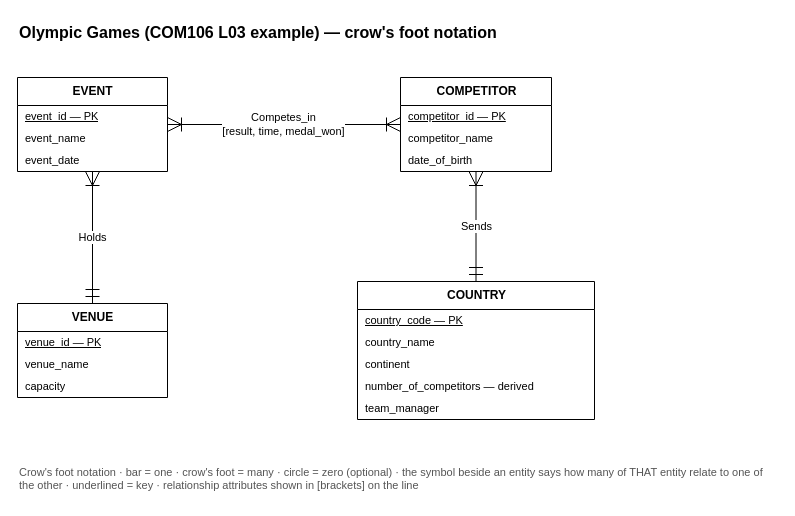
The draw.io diagram skills/drawio-skill/examples/erd-chen/olympics-crowsfoot.drawio in pearsekeenan23/drawio-skill, before the edit. Source tidied: cells renumbered, new cells numbered last; positions are measured from the earlier drawing's top-left corner, leaving out a move shared by most shapes. Both pictures are drawn from the tidied source at 100%, with x=0, y=0 at pixel (17, 17).
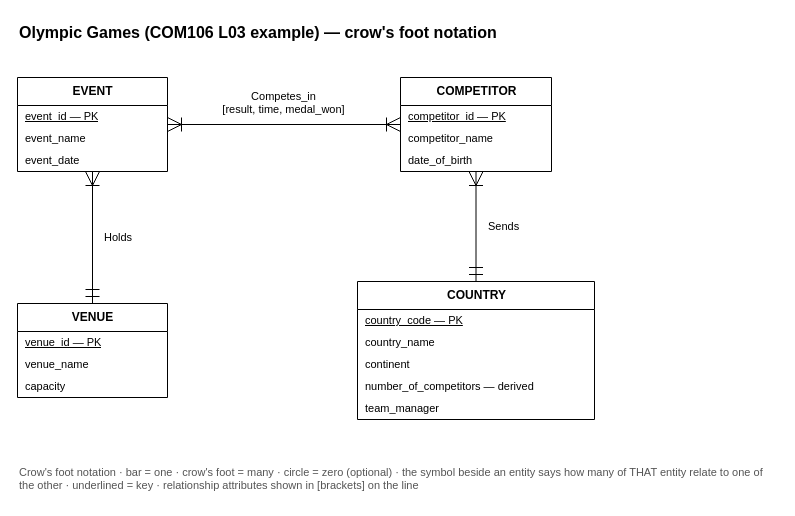
The same diagram, later.

Unchanged cells that the change refers to:
```xml
<mxCell id="3" value="COUNTRY" style="swimlane;fontStyle=1;horizontal=1;startSize=28;html=1;fillColor=#ffffff;strokeColor=#000000;" parent="1" vertex="1">
  <mxGeometry x="340" y="264" width="237" height="138" as="geometry" />
</mxCell>
<mxCell id="9" value="COMPETITOR" style="swimlane;fontStyle=1;horizontal=1;startSize=28;html=1;fillColor=#ffffff;strokeColor=#000000;" parent="1" vertex="1">
  <mxGeometry x="383" y="60" width="151" height="94" as="geometry" />
</mxCell>
<mxCell id="13" value="EVENT" style="swimlane;fontStyle=1;horizontal=1;startSize=28;html=1;fillColor=#ffffff;strokeColor=#000000;" parent="1" vertex="1">
  <mxGeometry y="60" width="150" height="94" as="geometry" />
</mxCell>
<mxCell id="17" value="VENUE" style="swimlane;fontStyle=1;horizontal=1;startSize=28;html=1;fillColor=#ffffff;strokeColor=#000000;" parent="1" vertex="1">
  <mxGeometry y="286" width="150" height="94" as="geometry" />
</mxCell>
```

Diff of the diagram source:
```diff
@@
-    <mxCell id="21" value="Sends" style="html=1;rounded=0;fontSize=11;labelBackgroundColor=#ffffff;endSize=12;startSize=12;strokeColor=#000000;startArrow=ERmandOne;startFill=0;endArrow=ERoneToMany;endFill=0;" parent="1" edge="1" source="3" target="9">
+    <mxCell id="21" value="Sends" style="html=1;rounded=0;fontSize=11;labelBackgroundColor=none;endSize=12;startSize=12;verticalAlign=middle;align=left;spacingLeft=10;strokeColor=#000000;startArrow=ERmandOne;startFill=0;endArrow=ERoneToMany;endFill=0;" parent="1" edge="1" source="3" target="9">
       <mxGeometry relative="1" as="geometry" />
     </mxCell>
-    <mxCell id="22" value="Competes_in&lt;br&gt;[result, time, medal_won]" style="html=1;rounded=0;fontSize=11;labelBackgroundColor=#ffffff;endSize=12;startSize=12;strokeColor=#000000;startArrow=ERoneToMany;startFill=0;endArrow=ERoneToMany;endFill=0;" parent="1" edge="1" source="9" target="13">
+    <mxCell id="22" value="Competes_in&lt;br&gt;[result, time, medal_won]" style="html=1;rounded=0;fontSize=11;labelBackgroundColor=none;endSize=12;startSize=12;verticalAlign=bottom;align=center;spacingBottom=6;strokeColor=#000000;startArrow=ERoneToMany;startFill=0;endArrow=ERoneToMany;endFill=0;" parent="1" edge="1" source="9" target="13">
       <mxGeometry relative="1" as="geometry" />
     </mxCell>
-    <mxCell id="23" value="Holds" style="html=1;rounded=0;fontSize=11;labelBackgroundColor=#ffffff;endSize=12;startSize=12;strokeColor=#000000;startArrow=ERmandOne;startFill=0;endArrow=ERoneToMany;endFill=0;" parent="1" edge="1" source="17" target="13">
+    <mxCell id="23" value="Holds" style="html=1;rounded=0;fontSize=11;labelBackgroundColor=none;endSize=12;startSize=12;verticalAlign=middle;align=left;spacingLeft=10;strokeColor=#000000;startArrow=ERmandOne;startFill=0;endArrow=ERoneToMany;endFill=0;" parent="1" edge="1" source="17" target="13">
       <mxGeometry relative="1" as="geometry" />
     </mxCell>
```
